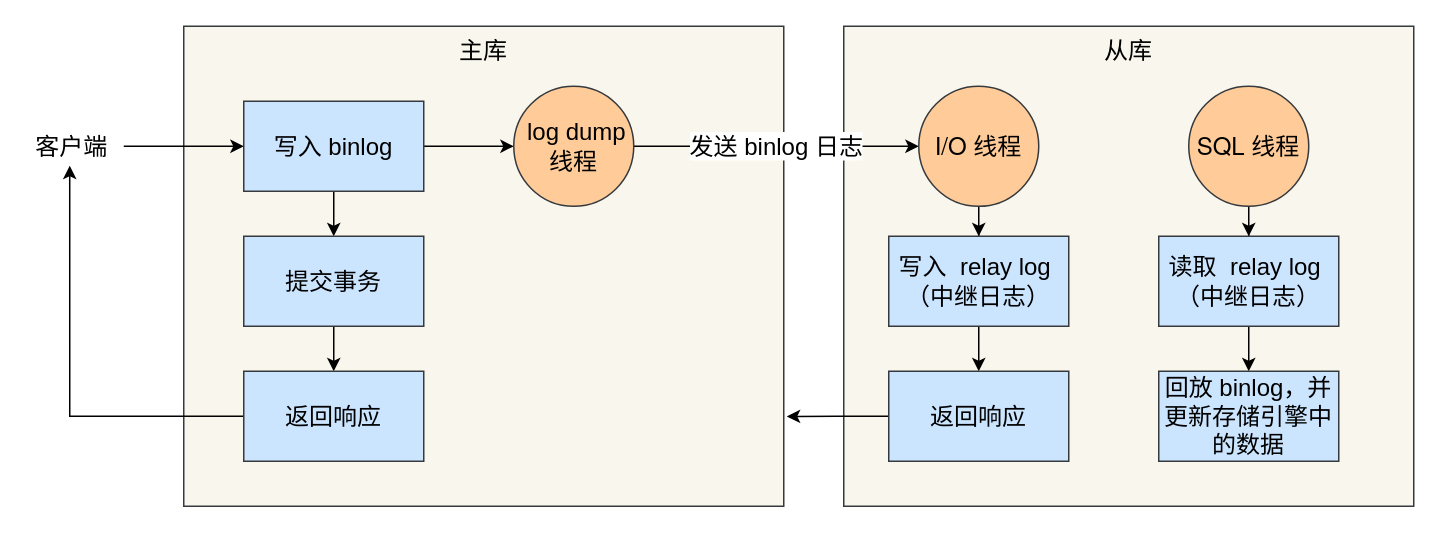
Earlier version of the draw.io diagram mysql/日志/主从复制过程.drawio (xiaolincoder/ImageHost4). Source tidied: cells renumbered, new cells numbered last; positions are measured from the earlier drawing's top-left corner, leaving out a move shared by most shapes. Both pictures are drawn from the tidied source at 150%, with x=0, y=0 at pixel (26, 26).
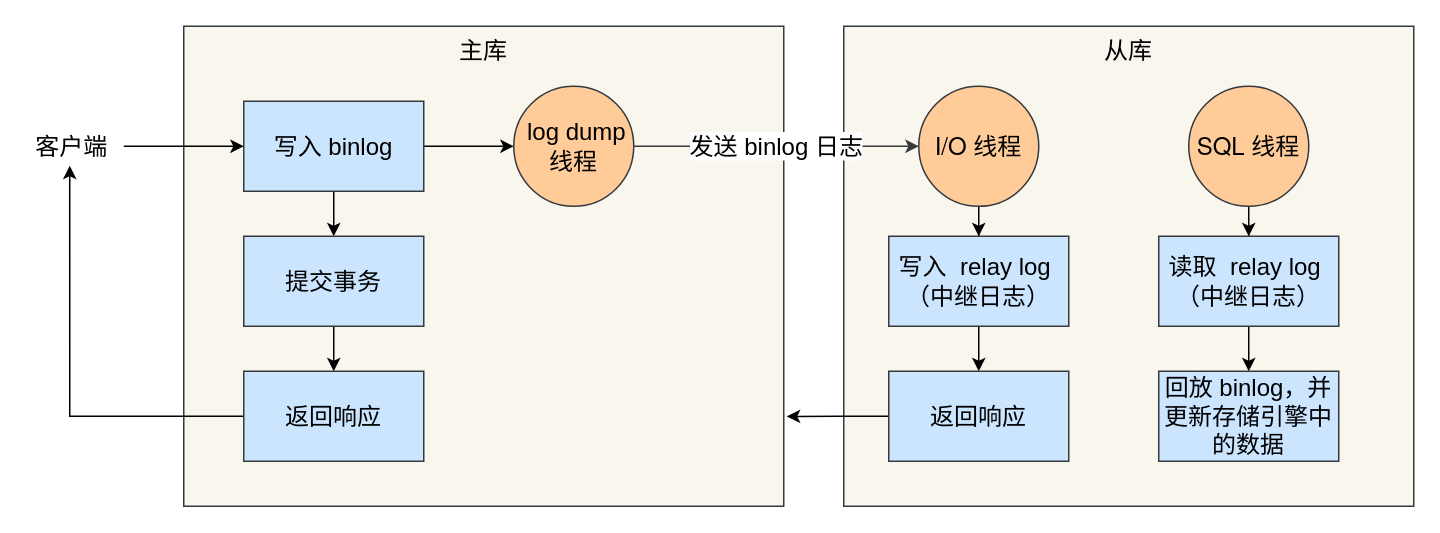
The same diagram, later.

Commit message (it also covers changes not shown here):
Update 主从复制过程.drawio

The change refers to these unchanged cells:
```xml
<mxCell id="14" value="&amp;nbsp;log dump 线程" style="ellipse;whiteSpace=wrap;html=1;fontSize=16;fillColor=#ffcc99;strokeColor=#36393d;" parent="1" vertex="1">
  <mxGeometry x="325" y="40" width="80" height="80" as="geometry" />
</mxCell>
<mxCell id="16" value="&lt;span style=&quot;caret-color: rgb(184, 191, 198); font-family: &amp;quot;Helvetica Neue&amp;quot;, Helvetica, Arial, sans-serif; orphans: 4; text-align: left; text-size-adjust: auto;&quot;&gt; I/O 线程&lt;/span&gt;" style="ellipse;whiteSpace=wrap;html=1;fontSize=16;fillColor=#ffcc99;strokeColor=#36393d;" parent="1" vertex="1">
  <mxGeometry x="595" y="40" width="80" height="80" as="geometry" />
</mxCell>
```

The edit, as a diff of the source:
```diff
@@
-    <mxCell id="13" value="发送 binlog 日志" style="edgeStyle=orthogonalEdgeStyle;rounded=0;jettySize=auto;html=1;entryX=0;entryY=0.5;entryDx=0;entryDy=0;fontSize=16;fontColor=#000000;" parent="1" edge="1" source="14" target="16">
+    <mxCell id="13" value="发送 binlog 日志" style="edgeStyle=orthogonalEdgeStyle;rounded=0;jettySize=auto;html=1;entryX=0;entryY=0.5;entryDx=0;entryDy=0;fontSize=16;fontColor=#000000;fillColor=#ffff88;strokeColor=#36393d;" parent="1" edge="1" source="14" target="16">
       <mxGeometry relative="1" as="geometry" />
     </mxCell>
```
